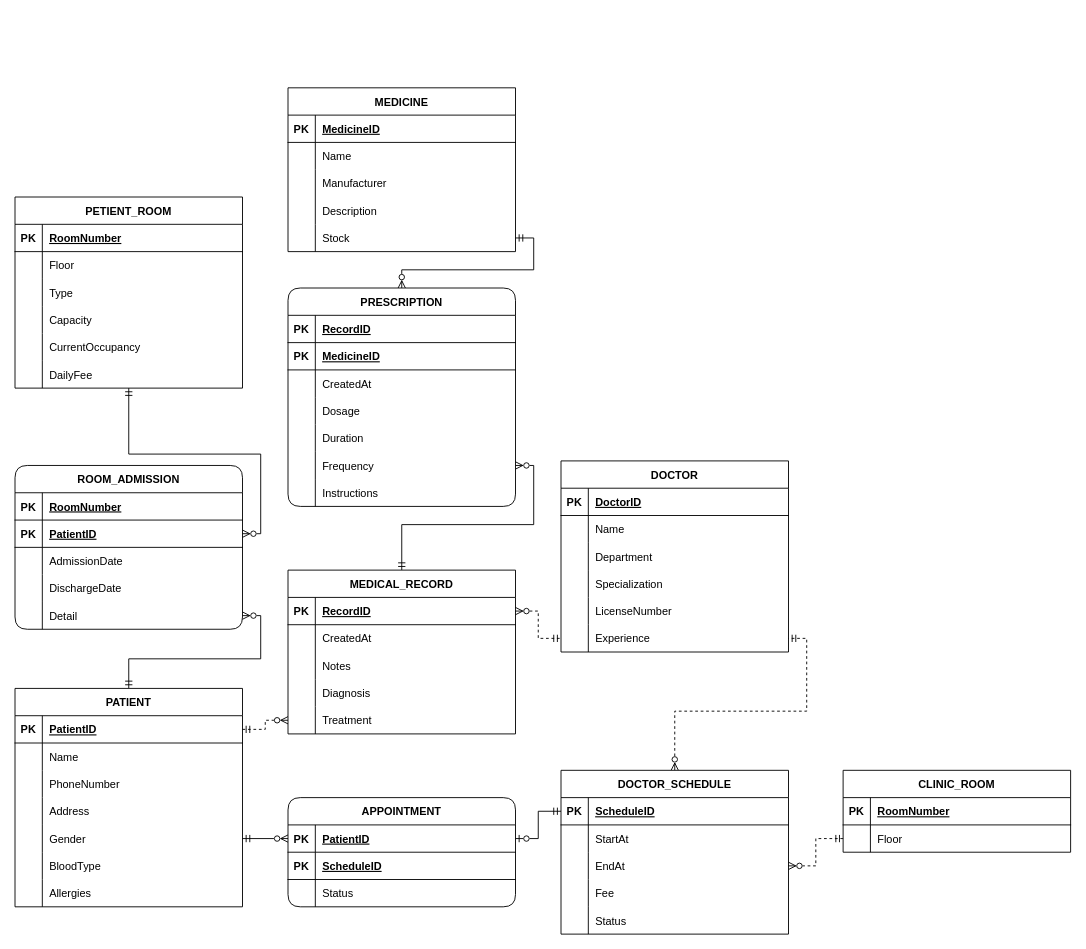
This is resource/HOSPITAL.drawio from cryscham123/ERdiagram, a draw.io file, before an edit. Source tidied: cells renumbered, new cells numbered last; positions are measured from the earlier drawing's top-left corner, leaving out a move shared by most shapes. Both pictures are drawn from the tidied source at 91%, with x=0, y=0 at pixel (15, 87).
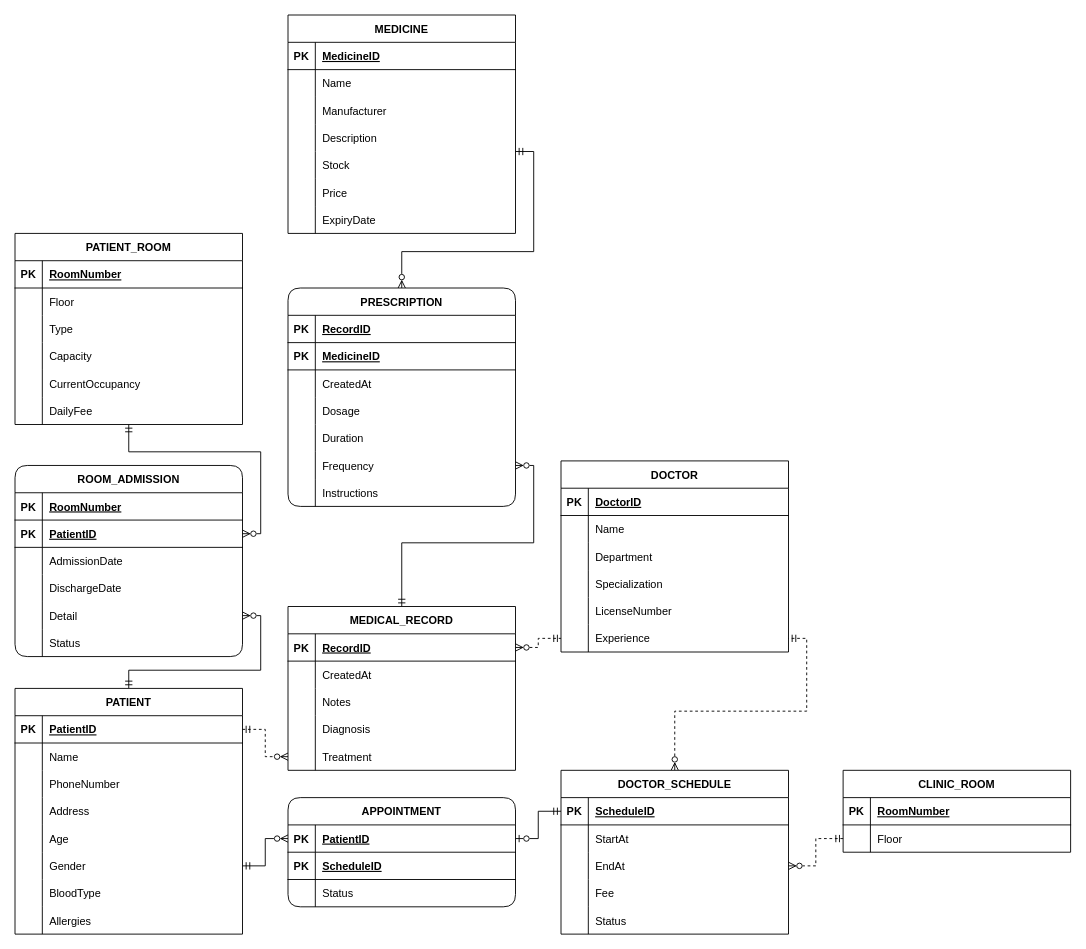
After the change.

The change refers to these unchanged cells:
```xml
<mxCell id="15" style="shape=partialRectangle;fillColor=none;points=[[0,0.5],[1,0.5]];portConstraint=eastwest;top=0;left=0;right=0;bottom=0;" parent="2" vertex="1">
  <mxGeometry y="150" width="250" height="30" as="geometry" />
</mxCell>
<mxCell id="42" style="shape=partialRectangle;fillColor=none;points=[[0,0.5],[1,0.5]];portConstraint=eastwest;top=0;left=0;right=0;bottom=1;" parent="38" vertex="1">
  <mxGeometry y="60" width="250" height="30" as="geometry" />
</mxCell>
<mxCell id="51" style="shape=partialRectangle;fillColor=none;points=[[0,0.5],[1,0.5]];portConstraint=eastwest;top=0;left=0;right=0;bottom=0;" parent="38" vertex="1">
  <mxGeometry y="150" width="250" height="30" as="geometry" />
</mxCell>
<mxCell id="151" value="PRESCRIPTION" style="shape=table;startSize=30;childLayout=tableLayout;rowLines=0;fontStyle=1;align=center;rounded=1;" parent="1" vertex="1">
  <mxGeometry x="300" y="220" width="250" height="240" as="geometry" />
</mxCell>
```

The edit, as a diff of the source:
```diff
@@
     <mxCell id="2" value="MEDICINE" style="shape=table;startSize=30;childLayout=tableLayout;rowLines=0;fontStyle=1;align=center;" parent="1" vertex="1">
-      <mxGeometry x="300" width="250" height="180" as="geometry" />
+      <mxGeometry x="300" y="-80" width="250" height="240" as="geometry" />
     </mxCell>
@@
+    <mxCell id="175" style="shape=partialRectangle;fillColor=none;top=0;left=0;right=0;bottom=0;" parent="2" vertex="1">
+      <mxGeometry y="180" width="250" height="30" as="geometry" />
+    </mxCell>
+    <mxCell id="176" style="shape=partialRectangle;overflow=hidden;fillColor=none;top=0;left=0;bottom=0;right=0;" parent="175" vertex="1">
+      <mxGeometry width="30" height="30" as="geometry" />
+    </mxCell>
+    <mxCell id="177" value="Price" style="shape=partialRectangle;overflow=hidden;fillColor=none;top=0;left=0;bottom=0;right=0;align=left;spacingLeft=6;" parent="175" vertex="1">
+      <mxGeometry x="30" width="220" height="30" as="geometry" />
+    </mxCell>
+    <mxCell id="178" style="shape=partialRectangle;fillColor=none;top=0;left=0;right=0;bottom=0;" parent="2" vertex="1">
+      <mxGeometry y="210" width="250" height="30" as="geometry" />
+    </mxCell>
+    <mxCell id="179" style="shape=partialRectangle;overflow=hidden;fillColor=none;top=0;left=0;bottom=0;right=0;" parent="178" vertex="1">
+      <mxGeometry width="30" height="30" as="geometry" />
+    </mxCell>
+    <mxCell id="180" value="ExpiryDate" style="shape=partialRectangle;overflow=hidden;fillColor=none;top=0;left=0;bottom=0;right=0;align=left;spacingLeft=6;" parent="178" vertex="1">
+      <mxGeometry x="30" width="220" height="30" as="geometry" />
+    </mxCell>
     <mxCell id="18" style="edgeStyle=orthogonalEdgeStyle;rounded=0;jettySize=auto;html=1;startArrow=ERmandOne;startFill=0;endArrow=ERzeroToMany;endFill=0;" parent="1" edge="1" source="19" target="42">
-      <mxGeometry relative="1" as="geometry" />
+      <mxGeometry relative="1" as="geometry">
+        <Array as="points">
+          <mxPoint x="125" y="400" />
+          <mxPoint x="270" y="400" />
+          <mxPoint x="270" y="490" />
+        </Array>
+      </mxGeometry>
     </mxCell>
-    <mxCell id="19" value="PETIENT_ROOM" style="shape=table;startSize=30;childLayout=tableLayout;rowLines=0;fontStyle=1;align=center;" parent="1" vertex="1">
-      <mxGeometry y="120" width="250" height="210" as="geometry" />
+    <mxCell id="19" value="PATIENT_ROOM" style="shape=table;startSize=30;childLayout=tableLayout;rowLines=0;fontStyle=1;align=center;" parent="1" vertex="1">
+      <mxGeometry y="160" width="250" height="210" as="geometry" />
     </mxCell>
@@
     <mxCell id="38" value="ROOM_ADMISSION" style="shape=table;startSize=30;childLayout=tableLayout;rowLines=0;fontStyle=1;align=center;rounded=1;" parent="1" vertex="1">
-      <mxGeometry y="415" width="250" height="180" as="geometry" />
+      <mxGeometry y="415" width="250" height="210" as="geometry" />
     </mxCell>
@@
+    <mxCell id="181" style="shape=partialRectangle;fillColor=none;top=0;left=0;right=0;bottom=0;" parent="38" vertex="1">
+      <mxGeometry y="180" width="250" height="30" as="geometry" />
+    </mxCell>
+    <mxCell id="182" style="shape=partialRectangle;overflow=hidden;fillColor=none;top=0;left=0;bottom=0;right=0;" parent="181" vertex="1">
+      <mxGeometry width="30" height="30" as="geometry" />
+    </mxCell>
+    <mxCell id="183" value="Status" style="shape=partialRectangle;overflow=hidden;fillColor=none;top=0;left=0;bottom=0;right=0;align=left;spacingLeft=6;" parent="181" vertex="1">
+      <mxGeometry x="30" width="220" height="30" as="geometry" />
+    </mxCell>
     <mxCell id="54" style="edgeStyle=orthogonalEdgeStyle;rounded=0;jettySize=auto;html=1;startArrow=ERmandOne;startFill=0;endArrow=ERzeroToMany;endFill=0;" parent="1" edge="1" source="55" target="51">
-      <mxGeometry relative="1" as="geometry" />
+      <mxGeometry relative="1" as="geometry">
+        <Array as="points">
+          <mxPoint x="125" y="640" />
+          <mxPoint x="270" y="640" />
+          <mxPoint x="270" y="580" />
+        </Array>
+      </mxGeometry>
     </mxCell>
     <mxCell id="55" value="PATIENT" style="shape=table;startSize=30;childLayout=tableLayout;rowLines=0;fontStyle=1;align=center;" parent="1" vertex="1">
-      <mxGeometry y="660" width="250" height="240" as="geometry" />
+      <mxGeometry y="660" width="250" height="270" as="geometry" />
     </mxCell>
@@
+    <mxCell id="184" style="shape=partialRectangle;fillColor=none;top=0;left=0;right=0;bottom=0;" parent="55" vertex="1">
+      <mxGeometry y="150" width="250" height="30" as="geometry" />
+    </mxCell>
+    <mxCell id="185" style="shape=partialRectangle;overflow=hidden;fillColor=none;top=0;left=0;bottom=0;right=0;" parent="184" vertex="1">
+      <mxGeometry width="30" height="30" as="geometry" />
+    </mxCell>
+    <mxCell id="186" value="Age" style="shape=partialRectangle;overflow=hidden;fillColor=none;top=0;left=0;bottom=0;right=0;align=left;spacingLeft=6;" parent="184" vertex="1">
+      <mxGeometry x="30" width="220" height="30" as="geometry" />
+    </mxCell>
     <mxCell id="68" style="shape=partialRectangle;fillColor=none;points=[[0,0.5],[1,0.5]];portConstraint=eastwest;top=0;left=0;right=0;bottom=0;" parent="55" vertex="1">
-      <mxGeometry y="150" width="250" height="30" as="geometry" />
+      <mxGeometry y="180" width="250" height="30" as="geometry" />
     </mxCell>
@@
     <mxCell id="71" style="shape=partialRectangle;fillColor=none;top=0;left=0;right=0;bottom=0;" parent="55" vertex="1">
-      <mxGeometry y="180" width="250" height="30" as="geometry" />
+      <mxGeometry y="210" width="250" height="30" as="geometry" />
     </mxCell>
@@
     <mxCell id="74" style="shape=partialRectangle;fillColor=none;top=0;left=0;right=0;bottom=0;" parent="55" vertex="1">
-      <mxGeometry y="210" width="250" height="30" as="geometry" />
+      <mxGeometry y="240" width="250" height="30" as="geometry" />
     </mxCell>
@@
     <mxCell id="108" value="MEDICAL_RECORD" style="shape=table;startSize=30;childLayout=tableLayout;rowLines=0;fontStyle=1;align=center;" parent="1" vertex="1">
-      <mxGeometry x="300" y="530" width="250" height="180" as="geometry" />
+      <mxGeometry x="300" y="570" width="250" height="180" as="geometry" />
     </mxCell>
@@
     <mxCell id="150" style="edgeStyle=orthogonalEdgeStyle;rounded=0;jettySize=auto;html=1;startArrow=ERzeroToMany;startFill=0;endArrow=ERmandOne;endFill=0;" parent="1" edge="1" source="151" target="15">
-      <mxGeometry relative="1" as="geometry" />
+      <mxGeometry relative="1" as="geometry">
+        <Array as="points">
+          <mxPoint x="425" y="180" />
+          <mxPoint x="570" y="180" />
+          <mxPoint x="570" y="70" />
+        </Array>
+      </mxGeometry>
     </mxCell>
```
